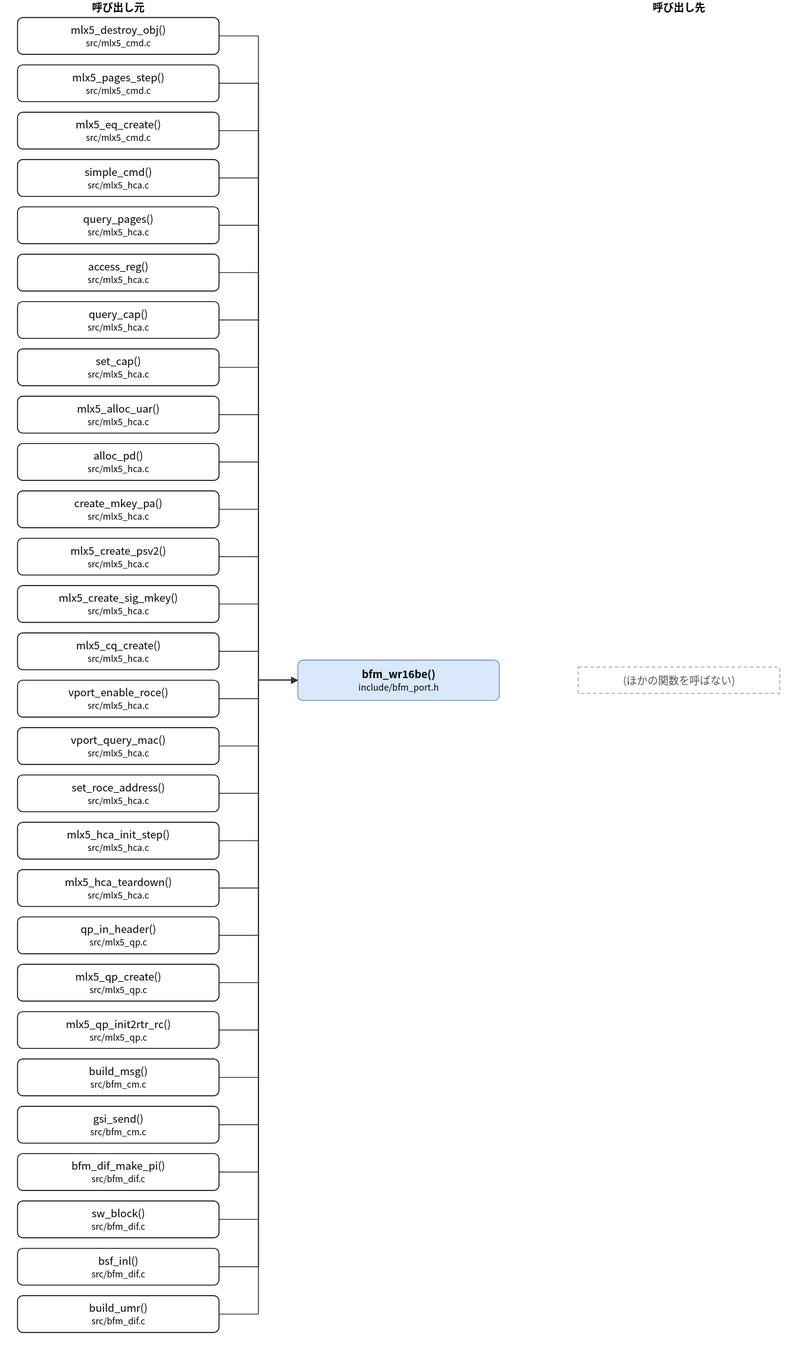
hf355051012-ai/bfmem keeps this draw.io diagram as doc/spec/images/call_include_bfm_port-bfm_wr16be.drawio.svg. Above is the earlier version. Source tidied: cells renumbered, new cells last; positions are measured from the earlier drawing's top-left corner, leaving out a move shared by most shapes.
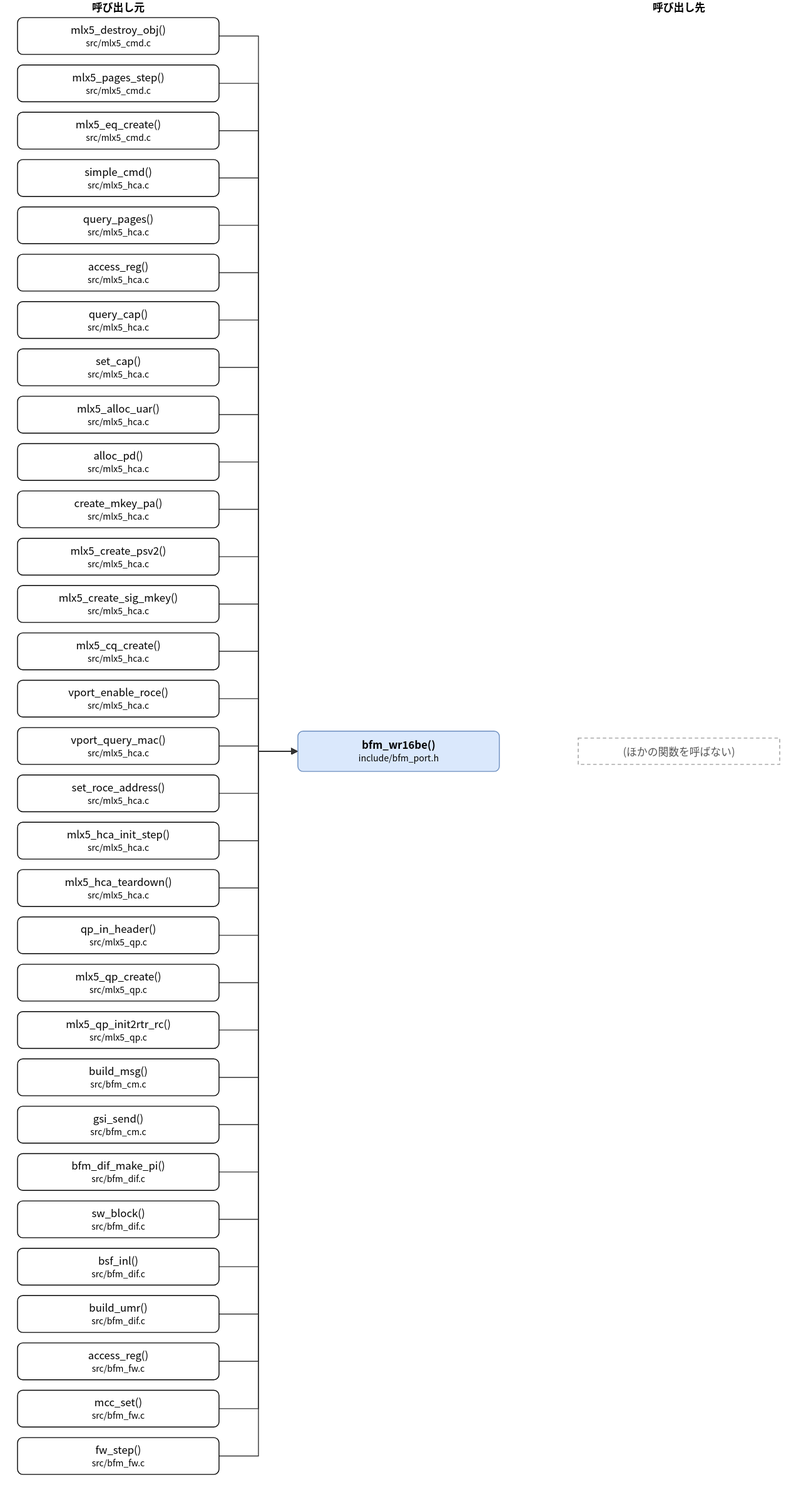
After the commit.

What changed in the source:
```diff
@@ -3,7 +3,7 @@
     <mxCell id="0" />
     <mxCell id="1" parent="0" />
     <mxCell id="2" value="bfm_wr16be()&lt;br&gt;&lt;font style=&quot;font-size:10px&quot;&gt;include/bfm_port.h&lt;/font&gt;" style="rounded=1;whiteSpace=wrap;html=1;fillColor=#dae8fc;strokeColor=#6c8ebf;fontStyle=1;" parent="1" vertex="1">
-      <mxGeometry x="320" y="753" width="230" height="46" as="geometry" />
+      <mxGeometry x="320" y="834" width="230" height="46" as="geometry" />
     </mxCell>
     <mxCell id="3" value="mlx5_destroy_obj()&lt;br&gt;&lt;font style=&quot;font-size:10px&quot;&gt;src/mlx5_cmd.c&lt;/font&gt;" style="rounded=1;whiteSpace=wrap;html=1;" parent="1" vertex="1">
       <mxGeometry y="20" width="230" height="42" as="geometry" />
@@ -89,14 +89,23 @@
     <mxCell id="30" value="build_umr()&lt;br&gt;&lt;font style=&quot;font-size:10px&quot;&gt;src/bfm_dif.c&lt;/font&gt;" style="rounded=1;whiteSpace=wrap;html=1;" parent="1" vertex="1">
       <mxGeometry y="1478" width="230" height="42" as="geometry" />
     </mxCell>
+    <mxCell id="62" value="access_reg()&lt;br&gt;&lt;font style=&quot;font-size:10px&quot;&gt;src/bfm_fw.c&lt;/font&gt;" style="rounded=1;whiteSpace=wrap;html=1;" parent="1" vertex="1">
+      <mxGeometry y="1532" width="230" height="42" as="geometry" />
+    </mxCell>
+    <mxCell id="63" value="mcc_set()&lt;br&gt;&lt;font style=&quot;font-size:10px&quot;&gt;src/bfm_fw.c&lt;/font&gt;" style="rounded=1;whiteSpace=wrap;html=1;" parent="1" vertex="1">
+      <mxGeometry y="1586" width="230" height="42" as="geometry" />
+    </mxCell>
+    <mxCell id="64" value="fw_step()&lt;br&gt;&lt;font style=&quot;font-size:10px&quot;&gt;src/bfm_fw.c&lt;/font&gt;" style="rounded=1;whiteSpace=wrap;html=1;" parent="1" vertex="1">
+      <mxGeometry y="1640" width="230" height="42" as="geometry" />
+    </mxCell>
     <mxCell id="31" value="(ほかの関数を呼ばない)" style="rounded=0;whiteSpace=wrap;html=1;dashed=1;strokeColor=#999999;fontColor=#555555;dashed=1;" parent="1" vertex="1">
-      <mxGeometry x="640" y="761" width="230" height="30" as="geometry" />
+      <mxGeometry x="640" y="842" width="230" height="30" as="geometry" />
     </mxCell>
     <mxCell id="32" style="edgeStyle=none;html=1;rounded=0;endArrow=block;endFill=1;exitX=1.0000;exitY=0.5000;exitDx=0;exitDy=0;exitPerimeter=0;entryX=0.0000;entryY=0.5000;entryDx=0;entryDy=0;entryPerimeter=0;" parent="1" edge="1" source="3" target="2">
       <mxGeometry relative="1" as="geometry">
         <Array as="points">
           <mxPoint x="275" y="41" />
-          <mxPoint x="275" y="776" />
+          <mxPoint x="275" y="857" />
         </Array>
       </mxGeometry>
     </mxCell>
@@ -104,7 +113,7 @@
       <mxGeometry relative="1" as="geometry">
         <Array as="points">
           <mxPoint x="275" y="95" />
-          <mxPoint x="275" y="776" />
+          <mxPoint x="275" y="857" />
         </Array>
       </mxGeometry>
     </mxCell>
@@ -112,7 +121,7 @@
       <mxGeometry relative="1" as="geometry">
         <Array as="points">
           <mxPoint x="275" y="149" />
-          <mxPoint x="275" y="776" />
+          <mxPoint x="275" y="857" />
         </Array>
       </mxGeometry>
     </mxCell>
@@ -120,7 +129,7 @@
       <mxGeometry relative="1" as="geometry">
         <Array as="points">
           <mxPoint x="275" y="203" />
-          <mxPoint x="275" y="776" />
+          <mxPoint x="275" y="857" />
         </Array>
       </mxGeometry>
     </mxCell>
@@ -128,7 +137,7 @@
       <mxGeometry relative="1" as="geometry">
         <Array as="points">
           <mxPoint x="275" y="257" />
-          <mxPoint x="275" y="776" />
+          <mxPoint x="275" y="857" />
         </Array>
       </mxGeometry>
     </mxCell>
@@ -136,7 +145,7 @@
       <mxGeometry relative="1" as="geometry">
         <Array as="points">
           <mxPoint x="275" y="311" />
-          <mxPoint x="275" y="776" />
+          <mxPoint x="275" y="857" />
         </Array>
       </mxGeometry>
     </mxCell>
@@ -144,7 +153,7 @@
       <mxGeometry relative="1" as="geometry">
         <Array as="points">
           <mxPoint x="275" y="365" />
-          <mxPoint x="275" y="776" />
+          <mxPoint x="275" y="857" />
         </Array>
       </mxGeometry>
     </mxCell>
@@ -152,7 +161,7 @@
       <mxGeometry relative="1" as="geometry">
         <Array as="points">
           <mxPoint x="275" y="419" />
-          <mxPoint x="275" y="776" />
+          <mxPoint x="275" y="857" />
         </Array>
       </mxGeometry>
     </mxCell>
@@ -160,7 +169,7 @@
       <mxGeometry relative="1" as="geometry">
         <Array as="points">
           <mxPoint x="275" y="473" />
-          <mxPoint x="275" y="776" />
+          <mxPoint x="275" y="857" />
         </Array>
       </mxGeometry>
     </mxCell>
@@ -168,7 +177,7 @@
       <mxGeometry relative="1" as="geometry">
         <Array as="points">
           <mxPoint x="275" y="527" />
-          <mxPoint x="275" y="776" />
+          <mxPoint x="275" y="857" />
         </Array>
       </mxGeometry>
     </mxCell>
@@ -176,7 +185,7 @@
       <mxGeometry relative="1" as="geometry">
         <Array as="points">
           <mxPoint x="275" y="581" />
-          <mxPoint x="275" y="776" />
+          <mxPoint x="275" y="857" />
         </Array>
       </mxGeometry>
     </mxCell>
@@ -184,7 +193,7 @@
       <mxGeometry relative="1" as="geometry">
         <Array as="points">
           <mxPoint x="275" y="635" />
-          <mxPoint x="275" y="776" />
+          <mxPoint x="275" y="857" />
         </Array>
       </mxGeometry>
     </mxCell>
@@ -192,7 +201,7 @@
       <mxGeometry relative="1" as="geometry">
         <Array as="points">
           <mxPoint x="275" y="689" />
-          <mxPoint x="275" y="776" />
+          <mxPoint x="275" y="857" />
         </Array>
       </mxGeometry>
     </mxCell>
@@ -200,7 +209,7 @@
       <mxGeometry relative="1" as="geometry">
         <Array as="points">
           <mxPoint x="275" y="743" />
-          <mxPoint x="275" y="776" />
+          <mxPoint x="275" y="857" />
         </Array>
       </mxGeometry>
     </mxCell>
@@ -208,7 +217,7 @@
       <mxGeometry relative="1" as="geometry">
         <Array as="points">
           <mxPoint x="275" y="797" />
-          <mxPoint x="275" y="776" />
+          <mxPoint x="275" y="857" />
         </Array>
       </mxGeometry>
     </mxCell>
@@ -216,7 +225,7 @@
       <mxGeometry relative="1" as="geometry">
         <Array as="points">
           <mxPoint x="275" y="851" />
-          <mxPoint x="275" y="776" />
+          <mxPoint x="275" y="857" />
         </Array>
       </mxGeometry>
     </mxCell>
@@ -224,7 +233,7 @@
       <mxGeometry relative="1" as="geometry">
         <Array as="points">
           <mxPoint x="275" y="905" />
-          <mxPoint x="275" y="776" />
+          <mxPoint x="275" y="857" />
         </Array>
       </mxGeometry>
     </mxCell>
@@ -232,7 +241,7 @@
       <mxGeometry relative="1" as="geometry">
         <Array as="points">
           <mxPoint x="275" y="959" />
-          <mxPoint x="275" y="776" />
+          <mxPoint x="275" y="857" />
         </Array>
       </mxGeometry>
     </mxCell>
@@ -240,7 +249,7 @@
       <mxGeometry relative="1" as="geometry">
         <Array as="points">
           <mxPoint x="275" y="1013" />
-          <mxPoint x="275" y="776" />
+          <mxPoint x="275" y="857" />
         </Array>
       </mxGeometry>
     </mxCell>
@@ -248,7 +257,7 @@
       <mxGeometry relative="1" as="geometry">
         <Array as="points">
           <mxPoint x="275" y="1067" />
-          <mxPoint x="275" y="776" />
+          <mxPoint x="275" y="857" />
         </Array>
       </mxGeometry>
     </mxCell>
@@ -256,7 +265,7 @@
       <mxGeometry relative="1" as="geometry">
         <Array as="points">
           <mxPoint x="275" y="1121" />
-          <mxPoint x="275" y="776" />
+          <mxPoint x="275" y="857" />
         </Array>
       </mxGeometry>
     </mxCell>
@@ -264,7 +273,7 @@
       <mxGeometry relative="1" as="geometry">
         <Array as="points">
           <mxPoint x="275" y="1175" />
-          <mxPoint x="275" y="776" />
+          <mxPoint x="275" y="857" />
         </Array>
       </mxGeometry>
     </mxCell>
@@ -272,7 +281,7 @@
       <mxGeometry relative="1" as="geometry">
         <Array as="points">
           <mxPoint x="275" y="1229" />
-          <mxPoint x="275" y="776" />
+          <mxPoint x="275" y="857" />
         </Array>
       </mxGeometry>
     </mxCell>
@@ -280,7 +289,7 @@
       <mxGeometry relative="1" as="geometry">
         <Array as="points">
           <mxPoint x="275" y="1283" />
-          <mxPoint x="275" y="776" />
+          <mxPoint x="275" y="857" />
         </Array>
       </mxGeometry>
     </mxCell>
@@ -288,7 +297,7 @@
       <mxGeometry relative="1" as="geometry">
         <Array as="points">
           <mxPoint x="275" y="1337" />
-          <mxPoint x="275" y="776" />
+          <mxPoint x="275" y="857" />
         </Array>
       </mxGeometry>
     </mxCell>
@@ -296,7 +305,7 @@
       <mxGeometry relative="1" as="geometry">
         <Array as="points">
           <mxPoint x="275" y="1391" />
-          <mxPoint x="275" y="776" />
+          <mxPoint x="275" y="857" />
         </Array>
       </mxGeometry>
     </mxCell>
@@ -304,7 +313,7 @@
       <mxGeometry relative="1" as="geometry">
         <Array as="points">
           <mxPoint x="275" y="1445" />
-          <mxPoint x="275" y="776" />
+          <mxPoint x="275" y="857" />
         </Array>
       </mxGeometry>
     </mxCell>
@@ -312,10 +321,34 @@
       <mxGeometry relative="1" as="geometry">
         <Array as="points">
           <mxPoint x="275" y="1499" />
-          <mxPoint x="275" y="776" />
+          <mxPoint x="275" y="857" />
         </Array>
       </mxGeometry>
     </mxCell>
+    <mxCell id="65" style="edgeStyle=none;html=1;rounded=0;endArrow=block;endFill=1;exitX=1.0000;exitY=0.5000;exitDx=0;exitDy=0;exitPerimeter=0;entryX=0.0000;entryY=0.5000;entryDx=0;entryDy=0;entryPerimeter=0;" parent="1" edge="1" source="62" target="2">
+      <mxGeometry relative="1" as="geometry">
+        <Array as="points">
+          <mxPoint x="275" y="1553" />
+          <mxPoint x="275" y="857" />
+        </Array>
+      </mxGeometry>
+    </mxCell>
+    <mxCell id="66" style="edgeStyle=none;html=1;rounded=0;endArrow=block;endFill=1;exitX=1.0000;exitY=0.5000;exitDx=0;exitDy=0;exitPerimeter=0;entryX=0.0000;entryY=0.5000;entryDx=0;entryDy=0;entryPerimeter=0;" parent="1" edge="1" source="63" target="2">
+      <mxGeometry relative="1" as="geometry">
+        <Array as="points">
+          <mxPoint x="275" y="1607" />
+          <mxPoint x="275" y="857" />
+        </Array>
+      </mxGeometry>
+    </mxCell>
+    <mxCell id="67" style="edgeStyle=none;html=1;rounded=0;endArrow=block;endFill=1;exitX=1.0000;exitY=0.5000;exitDx=0;exitDy=0;exitPerimeter=0;entryX=0.0000;entryY=0.5000;entryDx=0;entryDy=0;entryPerimeter=0;" parent="1" edge="1" source="64" target="2">
+      <mxGeometry relative="1" as="geometry">
+        <Array as="points">
+          <mxPoint x="275" y="1661" />
+          <mxPoint x="275" y="857" />
+        </Array>
+      </mxGeometry>
+    </mxCell>
     <mxCell id="60" value="呼び出し元" style="text;html=1;align=center;fontStyle=1;" parent="1" vertex="1">
       <mxGeometry x="35" width="160" height="18" as="geometry" />
     </mxCell>
```
